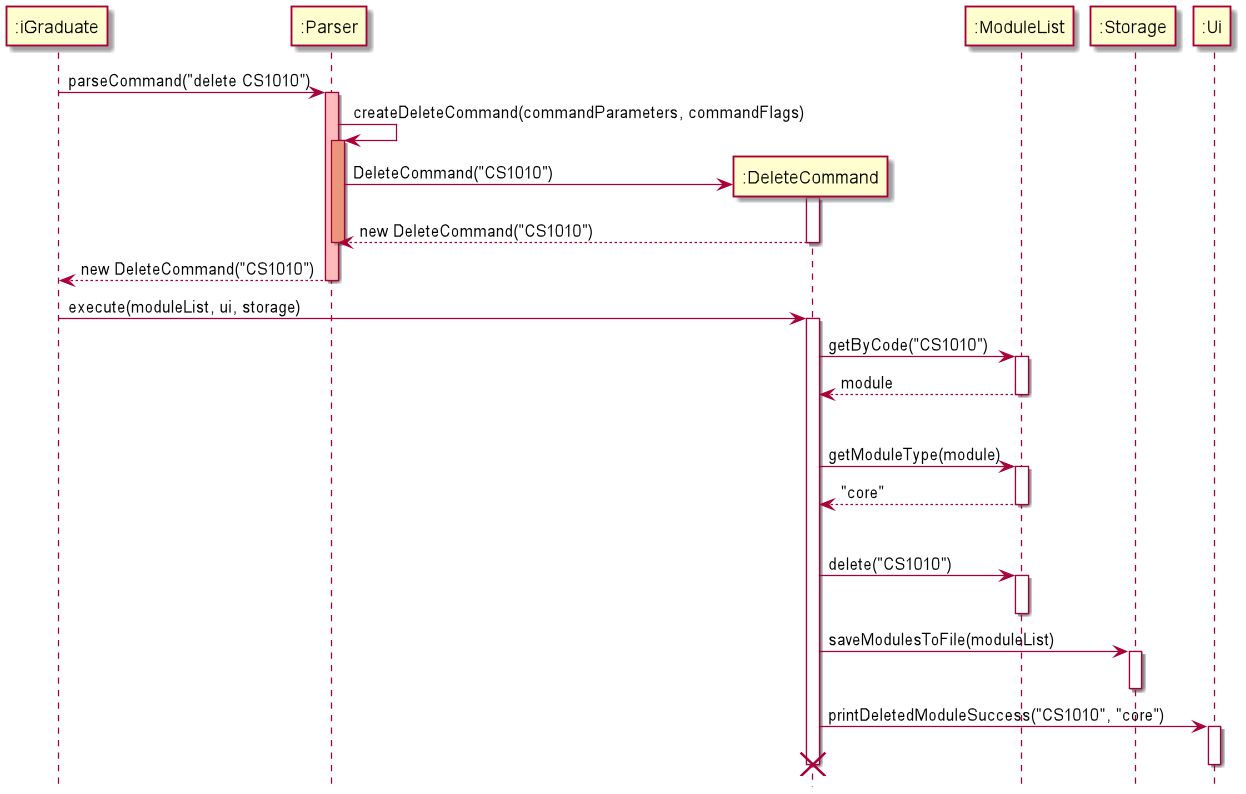
Above: docs/images/DeleteCommandSequenceDiagram.png in oscarlai1998/tp (PlantUML), before the change. The source it was exported from:
```plantuml
@startuml
hide footbox

participant ":iGraduate" as iGraduate
participant ":Parser" as Parser
participant ":DeleteCommand" as DeleteCommand
participant ":ModuleList" as ModuleList
participant ":Storage" as Storage
participant ":Ui" as Ui

iGraduate -> Parser: parseCommand("delete CS1010")
activate Parser #FFBBBB

Parser -> Parser: createDeleteCommand(commandParameters, commandFlags)
activate Parser #DarkSalmon

create DeleteCommand
Parser -> DeleteCommand: DeleteCommand("CS1010")
activate DeleteCommand
DeleteCommand --> Parser: new DeleteCommand("CS1010")
deactivate DeleteCommand
deactivate Parser

Parser --> iGraduate: new DeleteCommand("CS1010")
deactivate Parser

iGraduate -> DeleteCommand: execute(moduleList, ui, storage)
activate DeleteCommand

DeleteCommand -> ModuleList: getByCode("CS1010")
activate ModuleList
ModuleList --> DeleteCommand: module
deactivate ModuleList

ModuleList -[hidden]-> ModuleList
DeleteCommand -> ModuleList: getModuleType(module)
activate ModuleList
ModuleList --> DeleteCommand: "core"
deactivate ModuleList

ModuleList -[hidden]-> ModuleList
DeleteCommand -> ModuleList: delete("CS1010")
activate ModuleList
deactivate ModuleList

DeleteCommand -> Storage: saveModulesToFile(moduleList)
activate Storage
deactivate Storage

DeleteCommand -> Ui: printDeletedModuleSuccess("CS1010", "core")
activate Ui
deactivate Ui

deactivate DeleteCommand
destroy DeleteCommand
@enduml
```
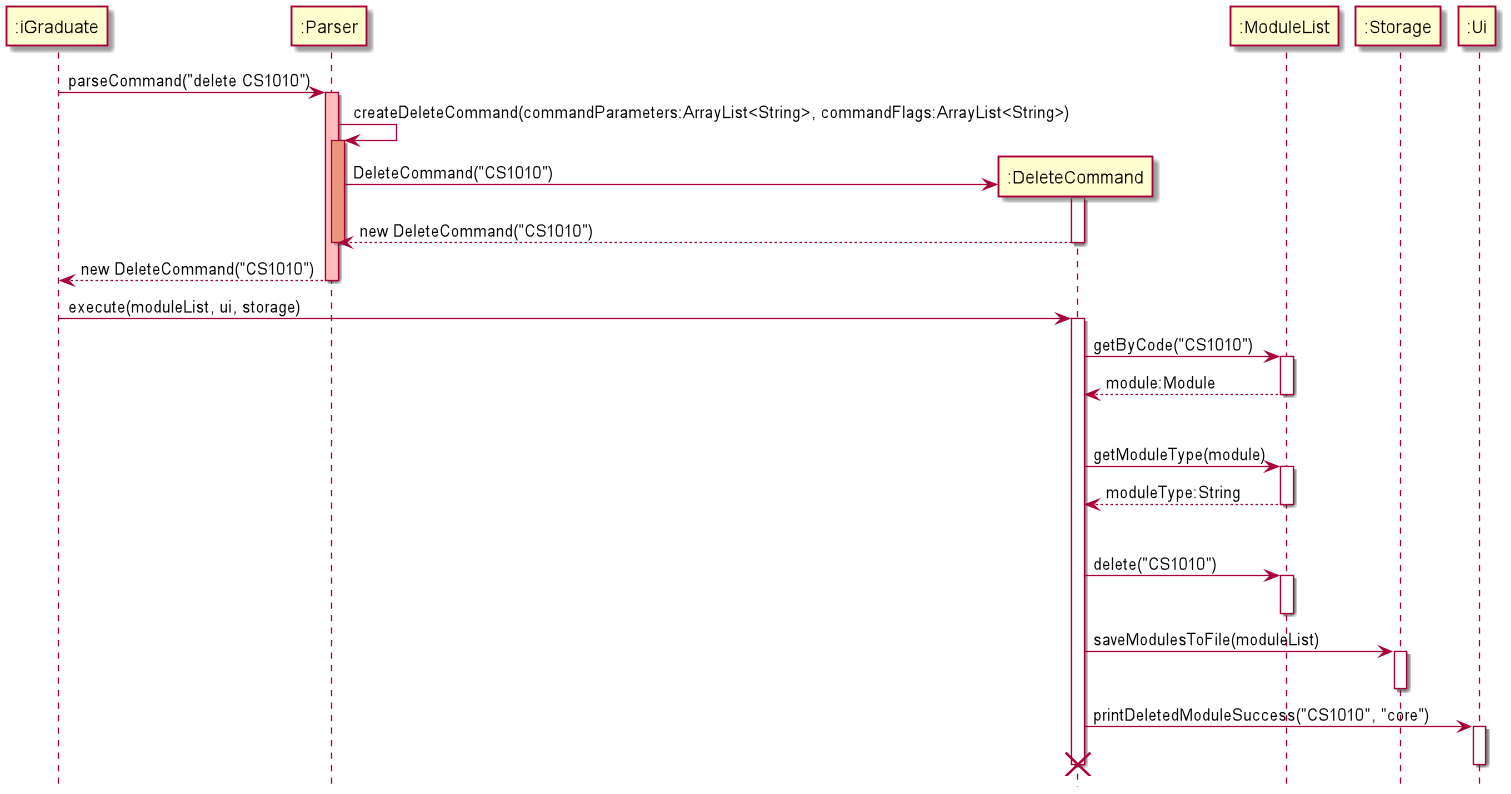
Above is the later version.

What changed in the source:
```diff
@@ -11,7 +11,7 @@
 iGraduate -> Parser: parseCommand("delete CS1010")
 activate Parser #FFBBBB
 
-Parser -> Parser: createDeleteCommand(commandParameters, commandFlags)
+Parser -> Parser: createDeleteCommand(commandParameters:ArrayList<String>, commandFlags:ArrayList<String>)
 activate Parser #DarkSalmon
 
 create DeleteCommand
@@ -29,13 +29,13 @@
 
 DeleteCommand -> ModuleList: getByCode("CS1010")
 activate ModuleList
-ModuleList --> DeleteCommand: module
+ModuleList --> DeleteCommand: module:Module
 deactivate ModuleList
 
 ModuleList -[hidden]-> ModuleList
 DeleteCommand -> ModuleList: getModuleType(module)
 activate ModuleList
-ModuleList --> DeleteCommand: "core"
+ModuleList --> DeleteCommand: moduleType:String
 deactivate ModuleList
 
 ModuleList -[hidden]-> ModuleList
```
